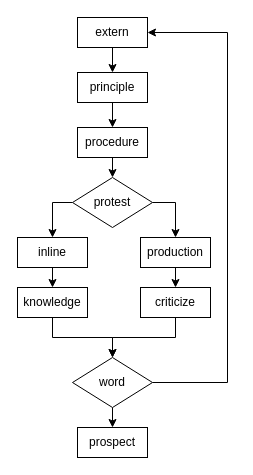
Before: docs/graph/private.drawio in morgan322/ai-engine, a draw.io diagram. Source tidied: cells renumbered, new cells numbered last; positions are measured from the earlier drawing's top-left corner, leaving out a move shared by most shapes. Both pictures are drawn from the tidied source at 100%, with x=0, y=0 at pixel (17, 17).
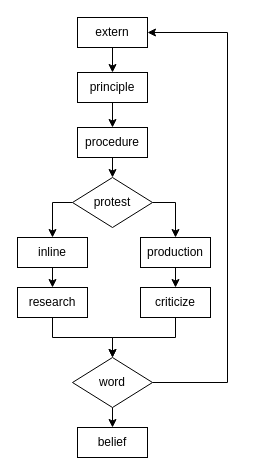
After the change.

Change to the diagram source:
```diff
@@
-    <mxCell id="12" value="knowledge" style="rounded=0;whiteSpace=wrap;html=1;shadow=0;" parent="1" vertex="1">
+    <mxCell id="12" value="research" style="rounded=0;whiteSpace=wrap;html=1;shadow=0;" parent="1" vertex="1">
       <mxGeometry y="270" width="70" height="30" as="geometry" />
     </mxCell>
@@
-    <mxCell id="20" value="prospect" style="rounded=0;whiteSpace=wrap;html=1;shadow=0;" parent="1" vertex="1">
+    <mxCell id="20" value="belief" style="rounded=0;whiteSpace=wrap;html=1;shadow=0;" parent="1" vertex="1">
       <mxGeometry x="60" y="410" width="70" height="30" as="geometry" />
     </mxCell>
```
